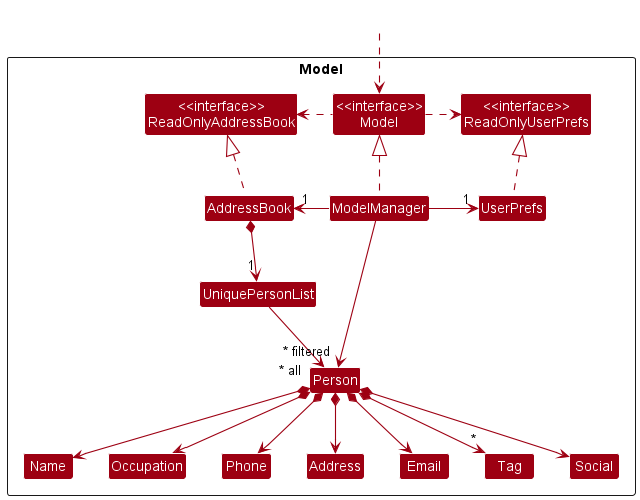
Earlier version of the PlantUML export docs/images/ModelClassDiagram.png (nus-cs2103-AY2223S1/tp).
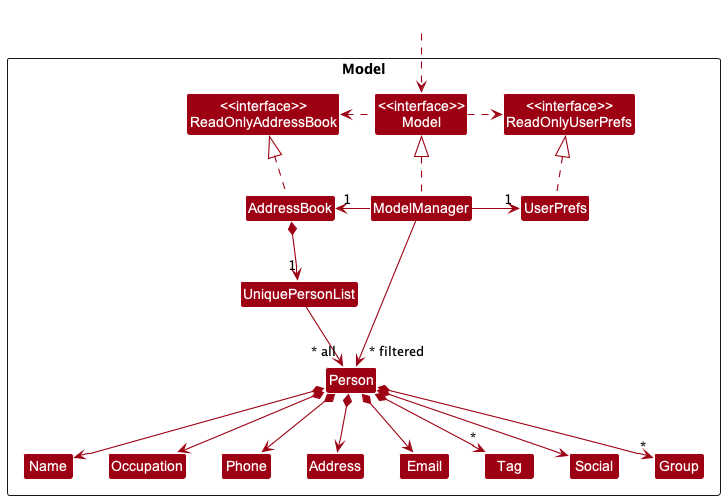
After the commit.

Diff of the diagram source:
```diff
@@ -21,6 +21,7 @@
 Class Tag
 Class Occupation
 Class Social
+Class Group
 }
 
 Class HiddenOutside #FFFFFF
@@ -44,6 +45,7 @@
 Person *--> Address
 Person *--> "*" Tag
 Person *--> "Social"
+Person *--> "*" "Group"
 
 Name -[hidden]right-> Occupation
 Phone -[hidden]right-> Address
```
